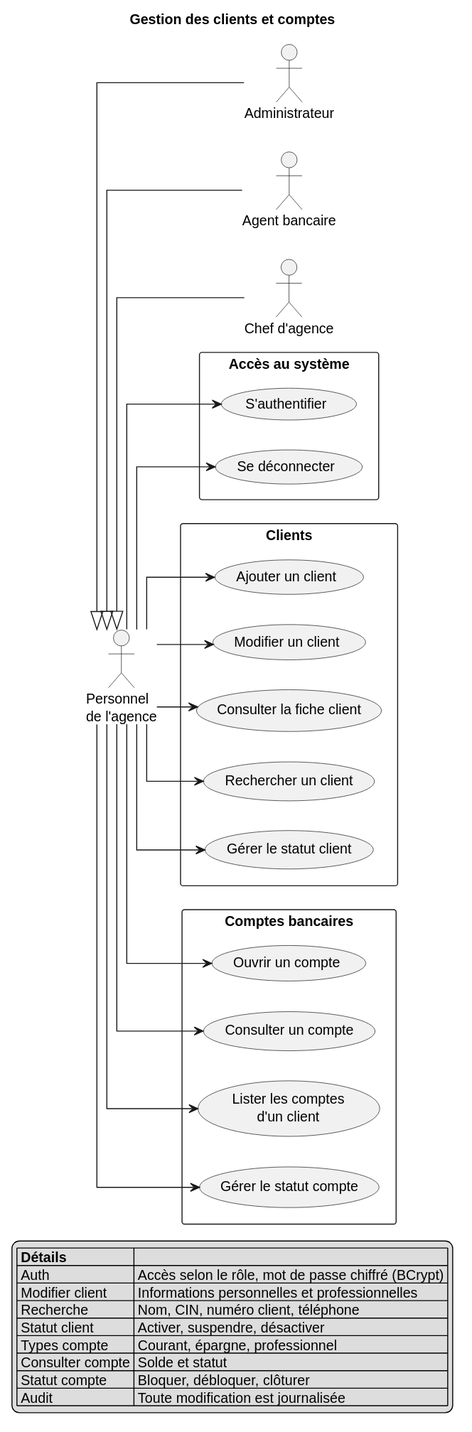
Earlier version of the PlantUML export documentation/uml/cas-utilisation/01-clients-comptes.svg (aminabensouda106-gif/banque1). Source of this version:
```plantuml
@startuml
left to right direction
skinparam shadowing false
skinparam packageStyle rectangle
skinparam nodesep 30
skinparam ranksep 40
skinparam linetype ortho

title Gestion des clients et comptes

actor "Personnel\nde l'agence" as personnel

actor "Administrateur" as admin
actor "Agent bancaire" as agent
actor "Chef d'agence" as chef

admin -up-|> personnel
agent -up-|> personnel
chef -up-|> personnel

rectangle "Accès au système" {
  usecase "S'authentifier" as UC_LOGIN
  usecase "Se déconnecter" as UC_LOGOUT
}

rectangle "Clients" {
  usecase "Ajouter un client" as UC_C_ADD
  usecase "Modifier un client" as UC_C_EDIT
  usecase "Consulter la fiche client" as UC_C_VIEW
  usecase "Rechercher un client" as UC_C_SEARCH
  usecase "Gérer le statut client" as UC_C_STATUS
}

rectangle "Comptes bancaires" {
  usecase "Ouvrir un compte" as UC_A_OPEN
  usecase "Consulter un compte" as UC_A_VIEW
  usecase "Lister les comptes\nd'un client" as UC_A_LIST
  usecase "Gérer le statut compte" as UC_A_STATUS
}

personnel --> UC_LOGIN
personnel --> UC_LOGOUT
personnel --> UC_C_ADD
personnel --> UC_C_EDIT
personnel --> UC_C_VIEW
personnel --> UC_C_SEARCH
personnel --> UC_C_STATUS
personnel --> UC_A_OPEN
personnel --> UC_A_VIEW
personnel --> UC_A_LIST
personnel --> UC_A_STATUS

legend bottom
  |= Détails |= |
  | Auth | Accès selon le rôle, mot de passe chiffré (BCrypt) |
  | Modifier client | Informations personnelles et professionnelles |
  | Recherche | Nom, CIN, numéro client, téléphone |
  | Statut client | Activer, suspendre, désactiver |
  | Types compte | Courant, épargne, professionnel |
  | Consulter compte | Solde et statut |
  | Statut compte | Bloquer, débloquer, clôturer |
  | Audit | Toute modification est journalisée |
endlegend
@enduml
```
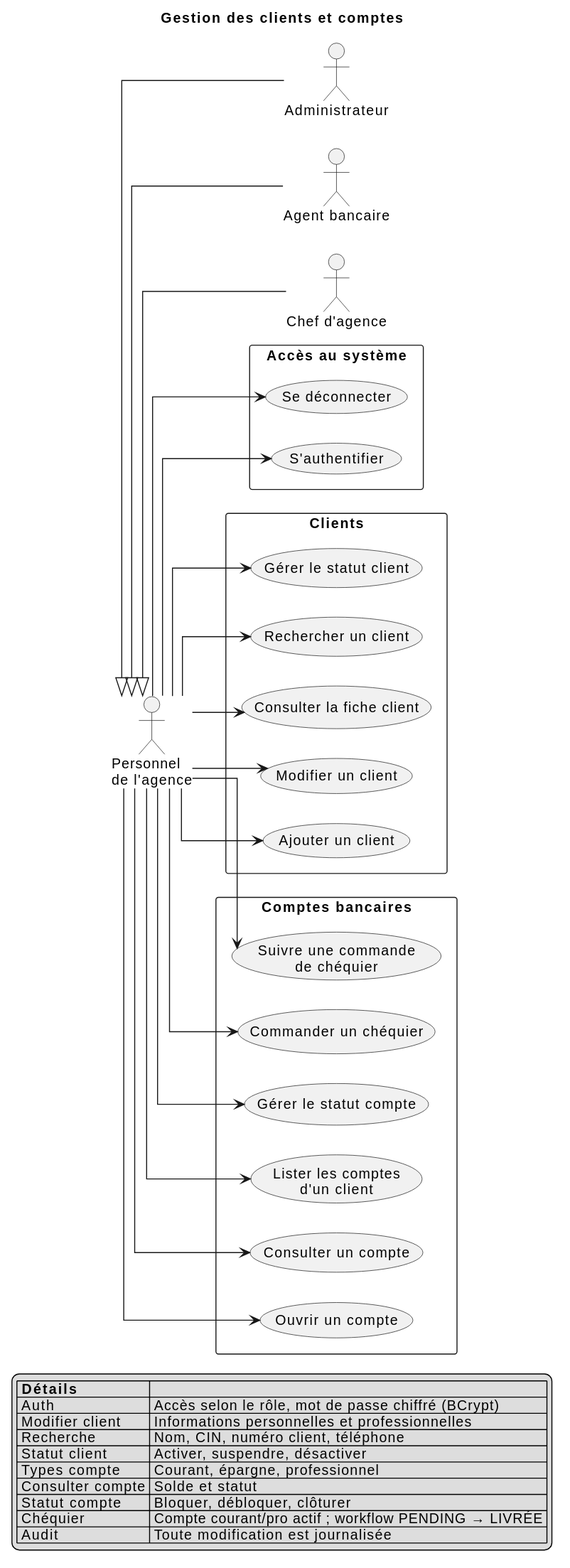
The same diagram one commit later.

Diff of the diagram source:
```diff
@@ -36,6 +36,8 @@
   usecase "Consulter un compte" as UC_A_VIEW
   usecase "Lister les comptes\nd'un client" as UC_A_LIST
   usecase "Gérer le statut compte" as UC_A_STATUS
+  usecase "Commander un chéquier" as UC_CHQ_ORDER
+  usecase "Suivre une commande\nde chéquier" as UC_CHQ_TRACK
 }
 
 personnel --> UC_LOGIN
@@ -49,6 +51,8 @@
 personnel --> UC_A_VIEW
 personnel --> UC_A_LIST
 personnel --> UC_A_STATUS
+personnel --> UC_CHQ_ORDER
+personnel --> UC_CHQ_TRACK
 
 legend bottom
   |= Détails |= |
@@ -59,6 +63,7 @@
   | Types compte | Courant, épargne, professionnel |
   | Consulter compte | Solde et statut |
   | Statut compte | Bloquer, débloquer, clôturer |
+  | Chéquier | Compte courant/pro actif ; workflow PENDING → LIVRÉE |
   | Audit | Toute modification est journalisée |
 endlegend
 @enduml
```
